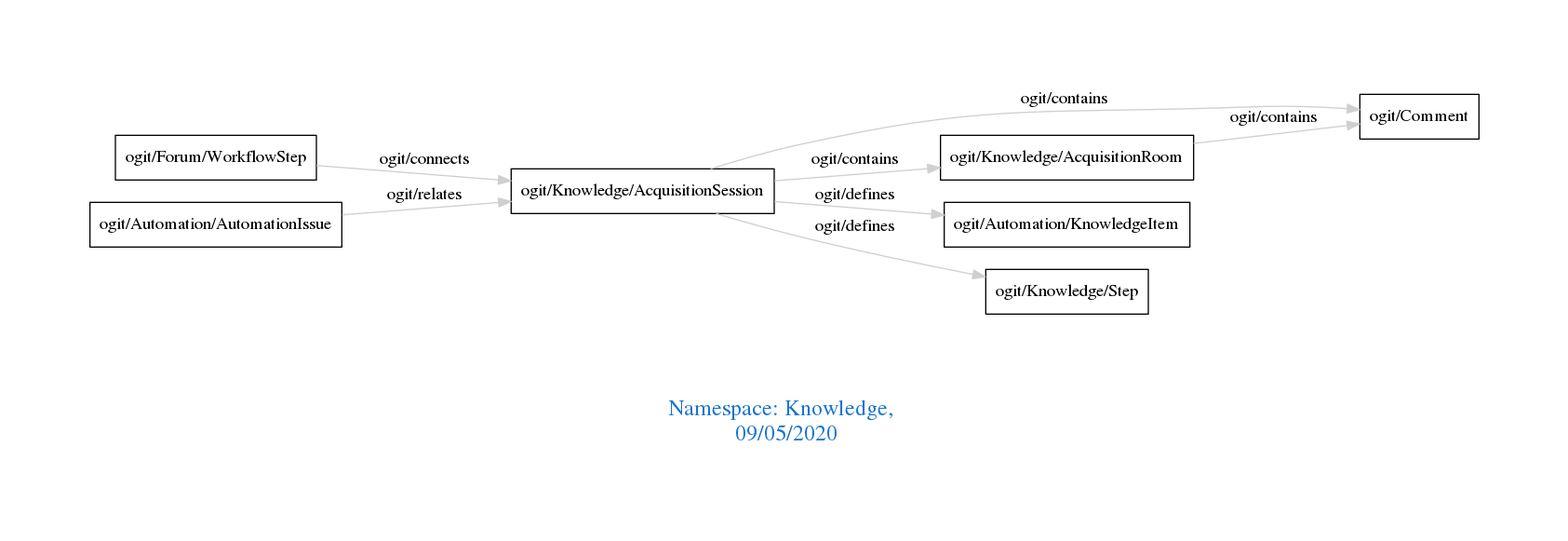
arago/OGIT keeps this Graphviz diagram as downloads/Knowledge.png. Above is the earlier version. Its source is kept beside it as downloads/Knowledge.dot.
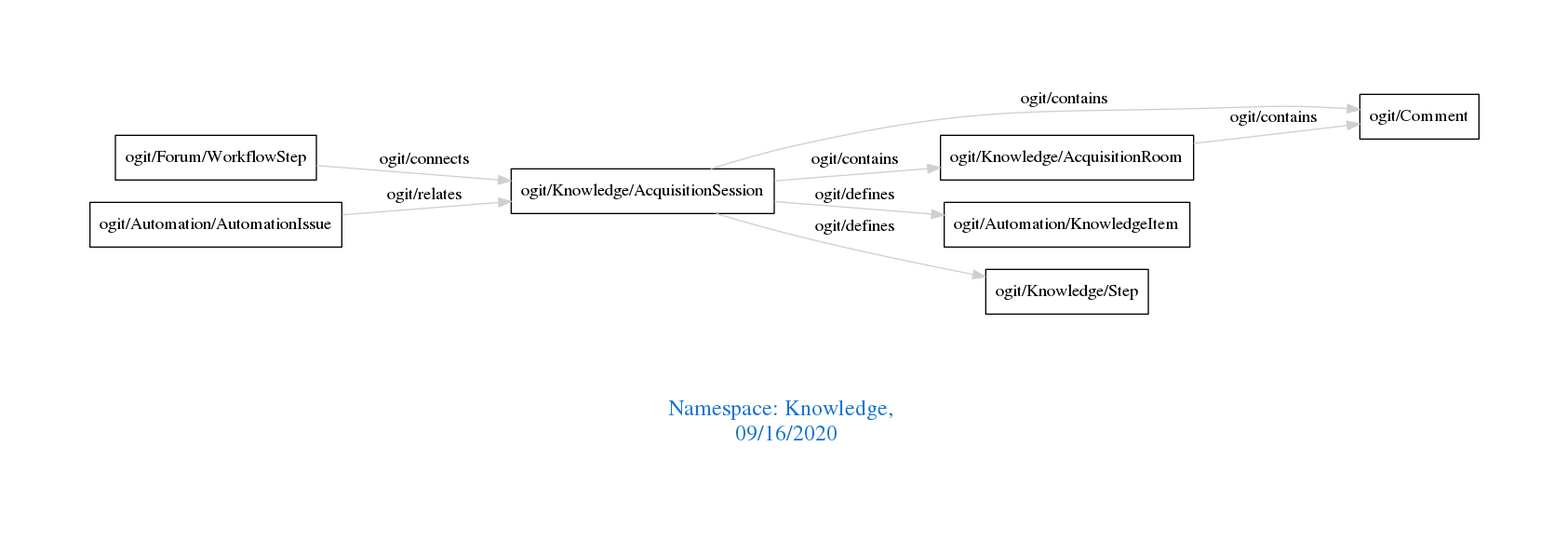
After the commit.

Change to the diagram source:
```diff
@@ -1,7 +1,7 @@
 digraph OGIT_ontology {
  graph [ rankdir= LR,pad=1
 fontsize = 18,
-fontcolor= dodgerblue3,label = "\n\n\nNamespace: Knowledge, \n 09/05/2020"];
+fontcolor= dodgerblue3,label = "\n\n\nNamespace: Knowledge, \n 09/16/2020"];
 node[shape=polygon];
 edge [  color="gray81"];
 
```
